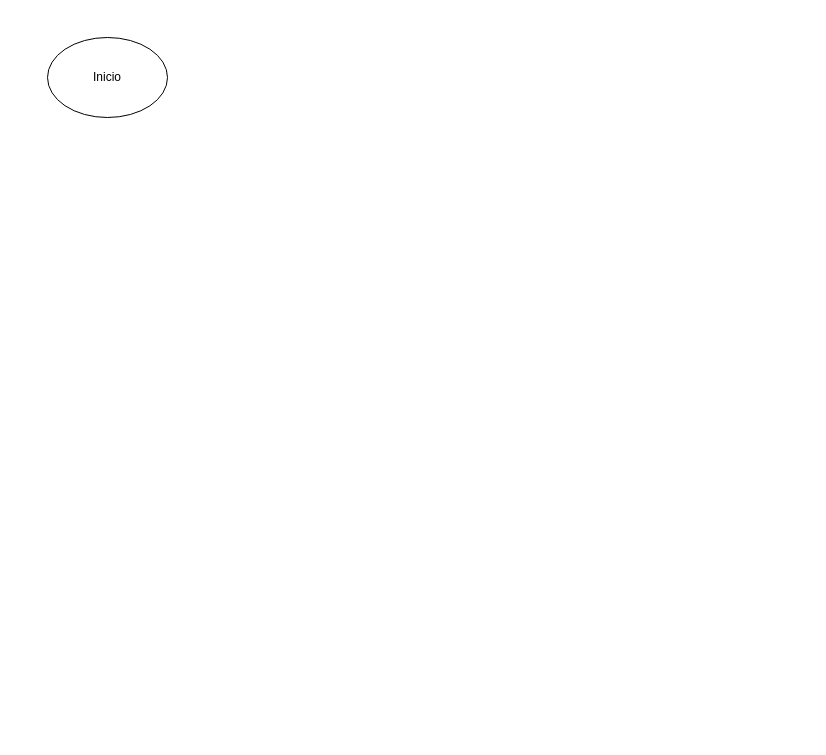
This is Ejercicio21.drawio from LavenderEdit/LavenderEdit, a draw.io file, before an edit. Source tidied: cells renumbered, new cells numbered last; positions are measured from the earlier drawing's top-left corner, leaving out a move shared by most shapes. Both pictures are drawn from the tidied source at 100%, with x=0, y=0 at pixel (47, 37).
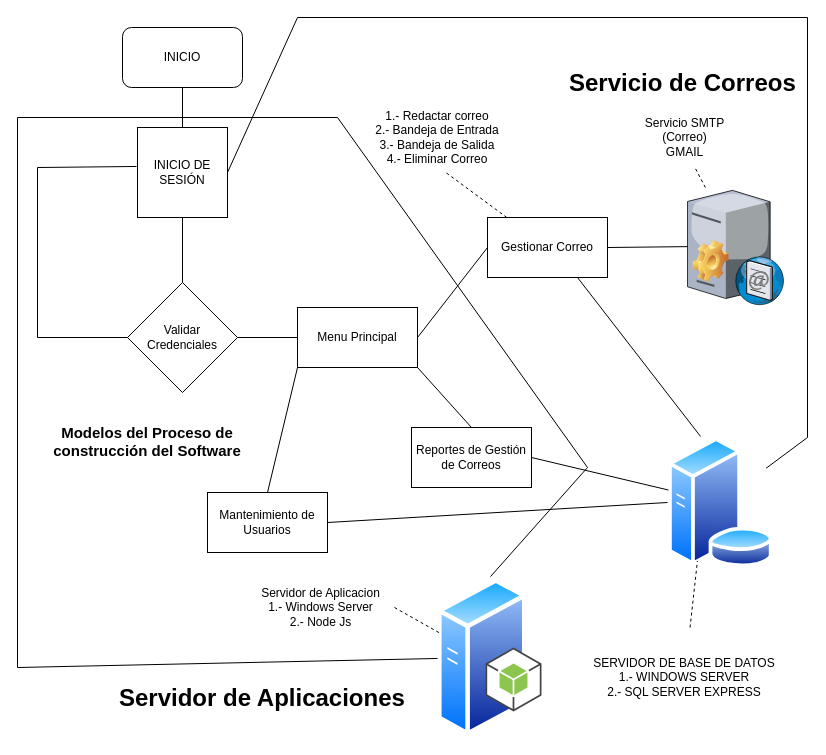
The same diagram, later.

Change to the diagram source:
```diff
@@
-    <mxCell id="2" value="Inicio" style="ellipse;whiteSpace=wrap;html=1;" parent="1" vertex="1">
-      <mxGeometry width="120" height="80" as="geometry" />
-    </mxCell>
+    <mxCell id="3" value="INICIO" style="rounded=1;whiteSpace=wrap;html=1;" parent="1" vertex="1">
+      <mxGeometry x="75" y="-10" width="120" height="60" as="geometry" />
+    </mxCell>
+    <mxCell id="4" value="INICIO DE SESIÓN" style="whiteSpace=wrap;html=1;" parent="1" vertex="1">
+      <mxGeometry x="90" y="90" width="90" height="90" as="geometry" />
+    </mxCell>
+    <mxCell id="5" style="endArrow=none;html=1;rounded=0;entryX=0.5;entryY=1;entryDx=0;entryDy=0;exitX=0.5;exitY=0;exitDx=0;exitDy=0;" parent="1" edge="1" source="4" target="3">
+      <mxGeometry relative="1" as="geometry" />
+    </mxCell>
+    <mxCell id="6" value="Validar Credenciales" style="rhombus;whiteSpace=wrap;html=1;" parent="1" vertex="1">
+      <mxGeometry x="80" y="245" width="110" height="110" as="geometry" />
+    </mxCell>
+    <mxCell id="7" style="endArrow=none;html=1;rounded=0;entryX=0.5;entryY=1;entryDx=0;entryDy=0;exitX=0.5;exitY=0;exitDx=0;exitDy=0;" parent="1" edge="1" source="6" target="4">
+      <mxGeometry relative="1" as="geometry" />
+    </mxCell>
+    <mxCell id="8" value="Menu Principal" style="rounded=0;whiteSpace=wrap;html=1;" parent="1" vertex="1">
+      <mxGeometry x="250" y="270" width="120" height="60" as="geometry" />
+    </mxCell>
+    <mxCell id="9" style="endArrow=none;html=1;rounded=0;exitX=1;exitY=0.5;exitDx=0;exitDy=0;entryX=0;entryY=0.5;entryDx=0;entryDy=0;" parent="1" edge="1" source="6" target="8">
+      <mxGeometry relative="1" as="geometry" />
+    </mxCell>
+    <mxCell id="10" style="endArrow=none;html=1;rounded=0;entryX=0;entryY=0.5;entryDx=0;entryDy=0;entryPerimeter=0;exitX=-0.011;exitY=0.433;exitDx=0;exitDy=0;exitPerimeter=0;" parent="1" edge="1" source="4" target="6">
+      <mxGeometry relative="1" as="geometry">
+        <Array as="points">
+          <mxPoint x="-10" y="130" />
+          <mxPoint x="-10" y="300" />
+        </Array>
+      </mxGeometry>
+    </mxCell>
+    <mxCell id="11" value="Gestionar Correo" style="rounded=0;whiteSpace=wrap;html=1;" parent="1" vertex="1">
+      <mxGeometry x="440" y="180" width="120" height="60" as="geometry" />
+    </mxCell>
+    <mxCell id="12" style="endArrow=none;html=1;rounded=0;entryX=0;entryY=0.5;entryDx=0;entryDy=0;exitX=1;exitY=0.5;exitDx=0;exitDy=0;" parent="1" edge="1" source="8" target="11">
+      <mxGeometry relative="1" as="geometry" />
+    </mxCell>
+    <mxCell id="13" value="1.- Redactar correo&lt;div&gt;2.- Bandeja de Entrada&lt;/div&gt;&lt;div&gt;3.- Bandeja de Salida&lt;/div&gt;&lt;div&gt;4.- Eliminar Correo&lt;/div&gt;" style="text;html=1;align=center;verticalAlign=middle;whiteSpace=wrap;rounded=0;" parent="1" vertex="1">
+      <mxGeometry x="320" y="65" width="140" height="70" as="geometry" />
+    </mxCell>
+    <mxCell id="14" style="endArrow=none;dashed=1;html=1;rounded=0;entryX=0.55;entryY=0.986;entryDx=0;entryDy=0;entryPerimeter=0;" parent="1" edge="1" source="11" target="13">
+      <mxGeometry relative="1" as="geometry" />
+    </mxCell>
+    <mxCell id="15" style="group;" parent="1" vertex="1">
+      <mxGeometry x="640" y="150" width="100" height="150" as="geometry" />
+    </mxCell>
+    <mxCell id="16" style="verticalLabelPosition=bottom;sketch=0;html=1;verticalAlign=top;strokeColor=none;align=center;outlineConnect=0;shape=mxgraph.citrix.smtp_server;" parent="15" vertex="1">
+      <mxGeometry width="96.8" height="117.2" as="geometry" />
+    </mxCell>
+    <mxCell id="17" style="shape=image;html=1;verticalLabelPosition=bottom;verticalAlign=top;imageAspect=1;image=img/clipart/Gear_128x128.png;" parent="15" vertex="1">
+      <mxGeometry x="5.7" y="52.9" width="35.8" height="42" as="geometry" />
+    </mxCell>
+    <mxCell id="18" style="endArrow=none;html=1;rounded=0;exitX=1;exitY=0.5;exitDx=0;exitDy=0;" parent="1" edge="1" source="11" target="16">
+      <mxGeometry relative="1" as="geometry" />
+    </mxCell>
+    <mxCell id="19" value="Reportes de Gestión de Correos" style="rounded=0;whiteSpace=wrap;html=1;" parent="1" vertex="1">
+      <mxGeometry x="364" y="390" width="120" height="60" as="geometry" />
+    </mxCell>
+    <mxCell id="20" value="Mantenimiento de Usuarios" style="rounded=0;whiteSpace=wrap;html=1;" parent="1" vertex="1">
+      <mxGeometry x="160" y="455" width="120" height="60" as="geometry" />
+    </mxCell>
+    <mxCell id="21" style="endArrow=none;html=1;rounded=0;entryX=1;entryY=1;entryDx=0;entryDy=0;exitX=0.5;exitY=0;exitDx=0;exitDy=0;" parent="1" edge="1" source="19" target="8">
+      <mxGeometry relative="1" as="geometry" />
+    </mxCell>
+    <mxCell id="22" style="endArrow=none;html=1;rounded=0;exitX=0.5;exitY=0;exitDx=0;exitDy=0;entryX=0;entryY=1;entryDx=0;entryDy=0;" parent="1" edge="1" source="20" target="8">
+      <mxGeometry relative="1" as="geometry" />
+    </mxCell>
+    <mxCell id="23" style="image;perimeter=ellipsePerimeter;html=1;align=center;shadow=0;dashed=0;spacingTop=3;image=img/lib/active_directory/database_server.svg;" parent="1" vertex="1">
+      <mxGeometry x="620" y="400" width="106.6" height="130" as="geometry" />
+    </mxCell>
+    <mxCell id="24" style="endArrow=none;html=1;rounded=0;entryX=1;entryY=0.5;entryDx=0;entryDy=0;" parent="1" edge="1" source="23" target="19">
+      <mxGeometry relative="1" as="geometry" />
+    </mxCell>
+    <mxCell id="25" style="endArrow=none;html=1;rounded=0;exitX=1;exitY=0.5;exitDx=0;exitDy=0;entryX=0;entryY=0.5;entryDx=0;entryDy=0;" parent="1" edge="1" source="20" target="23">
+      <mxGeometry relative="1" as="geometry" />
+    </mxCell>
+    <mxCell id="26" style="endArrow=none;html=1;rounded=0;exitX=1;exitY=0.5;exitDx=0;exitDy=0;" parent="1" edge="1" source="4" target="23">
+      <mxGeometry relative="1" as="geometry">
+        <Array as="points">
+          <mxPoint x="250" y="-20" />
+          <mxPoint x="760" y="-20" />
+          <mxPoint x="760" y="400" />
+        </Array>
+      </mxGeometry>
+    </mxCell>
+    <mxCell id="27" value="SERVIDOR DE BASE DE DATOS&lt;div&gt;1.- WINDOWS SERVER&lt;/div&gt;&lt;div&gt;2.- SQL SERVER EXPRESS&lt;/div&gt;" style="text;html=1;align=center;verticalAlign=middle;whiteSpace=wrap;rounded=0;" parent="1" vertex="1">
+      <mxGeometry x="540" y="590" width="194" height="100" as="geometry" />
+    </mxCell>
+    <mxCell id="28" value="Servicio SMTP&lt;div&gt;(Correo)&lt;/div&gt;&lt;div&gt;GMAIL&lt;/div&gt;" style="text;html=1;align=center;verticalAlign=middle;whiteSpace=wrap;rounded=0;" parent="1" vertex="1">
+      <mxGeometry x="593.5" y="70" width="87" height="60" as="geometry" />
+    </mxCell>
+    <mxCell id="29" style="endArrow=none;dashed=1;html=1;rounded=0;entryX=0.626;entryY=1.017;entryDx=0;entryDy=0;entryPerimeter=0;" parent="1" edge="1" source="16" target="28">
+      <mxGeometry relative="1" as="geometry" />
+    </mxCell>
+    <mxCell id="30" style="endArrow=none;dashed=1;html=1;rounded=0;entryX=0.25;entryY=1;entryDx=0;entryDy=0;" parent="1" edge="1" source="27" target="23">
+      <mxGeometry relative="1" as="geometry" />
+    </mxCell>
+    <mxCell id="31" style="group;" parent="1" vertex="1">
+      <mxGeometry x="390" y="540" width="104" height="160" as="geometry" />
+    </mxCell>
+    <mxCell id="32" style="image;perimeter=ellipsePerimeter;html=1;align=center;shadow=0;dashed=0;spacingTop=3;image=img/lib/active_directory/generic_server.svg;" parent="31" vertex="1">
+      <mxGeometry width="89.6" height="160" as="geometry" />
+    </mxCell>
+    <mxCell id="33" style="dashed=0;verticalLabelPosition=bottom;verticalAlign=top;align=center;html=1;shape=mxgraph.aws3.android;fillColor=#8CC64F;gradientColor=none;" parent="31" vertex="1">
+      <mxGeometry x="48" y="70" width="56" height="64" as="geometry" />
+    </mxCell>
+    <mxCell id="34" style="endArrow=none;html=1;rounded=0;entryX=0.592;entryY=-0.006;entryDx=0;entryDy=0;entryPerimeter=0;" parent="31" edge="1" source="32" target="32">
+      <mxGeometry relative="1" as="geometry">
+        <Array as="points">
+          <mxPoint x="-420" y="90" />
+          <mxPoint x="-420" y="-460" />
+          <mxPoint x="-100" y="-460" />
+          <mxPoint x="150" y="-110" />
+        </Array>
+      </mxGeometry>
+    </mxCell>
+    <mxCell id="35" style="endArrow=none;html=1;rounded=0;entryX=0.75;entryY=1;entryDx=0;entryDy=0;exitX=0.31;exitY=-0.008;exitDx=0;exitDy=0;exitPerimeter=0;" parent="1" edge="1" source="23" target="11">
+      <mxGeometry relative="1" as="geometry" />
+    </mxCell>
+    <mxCell id="36" value="&lt;h1 style=&quot;margin-top: 0px;&quot;&gt;Servicio de Correos&lt;/h1&gt;&lt;div&gt;&lt;br&gt;&lt;/div&gt;" style="text;html=1;whiteSpace=wrap;overflow=hidden;rounded=0;" parent="1" vertex="1">
+      <mxGeometry x="520" y="25" width="240" height="40" as="geometry" />
+    </mxCell>
+    <mxCell id="37" value="&lt;h1 style=&quot;margin-top: 0px;&quot;&gt;Servidor de Aplicaciones&lt;/h1&gt;" style="text;html=1;whiteSpace=wrap;overflow=hidden;rounded=0;" parent="1" vertex="1">
+      <mxGeometry x="70" y="640" width="310" height="40" as="geometry" />
+    </mxCell>
+    <mxCell id="38" value="Servidor de Aplicacion&lt;div&gt;1.- Windows Server&lt;/div&gt;&lt;div&gt;2.- Node Js&lt;/div&gt;" style="text;html=1;align=center;verticalAlign=middle;whiteSpace=wrap;rounded=0;" parent="1" vertex="1">
+      <mxGeometry x="200" y="540" width="147" height="60" as="geometry" />
+    </mxCell>
+    <mxCell id="39" style="endArrow=none;dashed=1;html=1;rounded=0;exitX=1;exitY=0.5;exitDx=0;exitDy=0;" parent="1" edge="1" source="38" target="32">
+      <mxGeometry relative="1" as="geometry" />
+    </mxCell>
+    <mxCell id="40" value="&lt;h1 style=&quot;margin-top: 0px; font-size: 15px;&quot;&gt;Modelos del Proceso de construcción del Software&lt;/h1&gt;" style="text;html=1;whiteSpace=wrap;overflow=hidden;rounded=0;align=center;fontSize=15;" parent="1" vertex="1">
+      <mxGeometry y="380" width="200" height="50" as="geometry" />
+    </mxCell>
```
